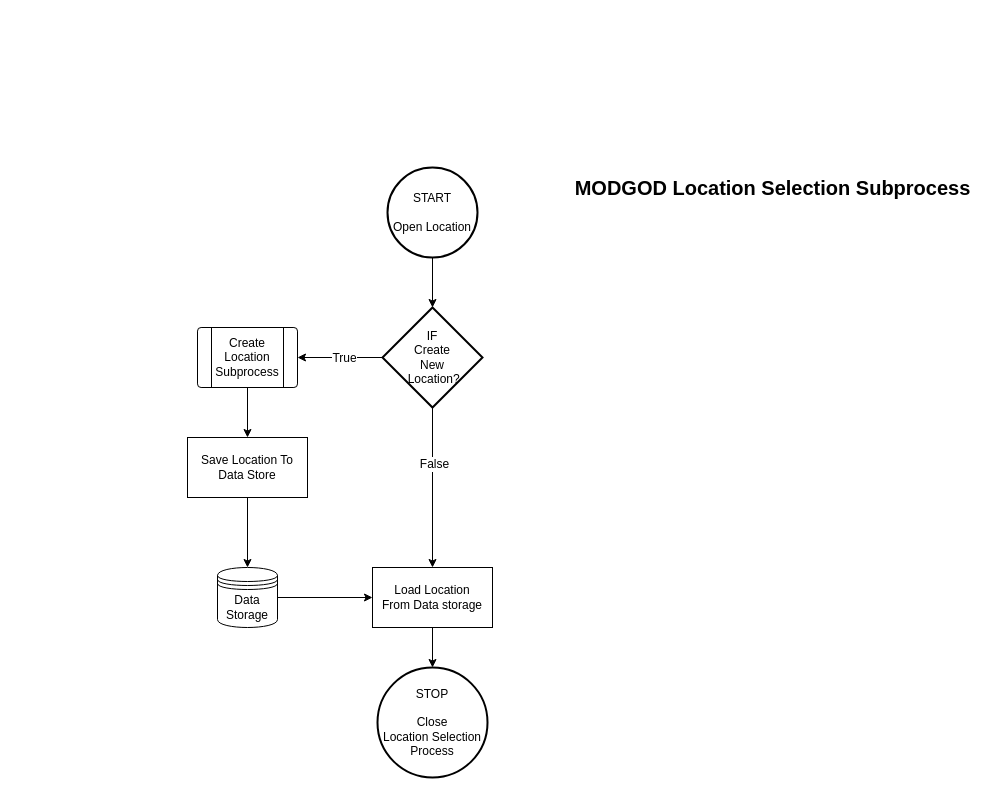
Before: Phase2/Flowcharts/modgodToolset/ModGod/Selection/Location/ModGodLocationSelectionSubprocess.drawio in RPG-Research/bcirpg, a draw.io diagram. Source tidied: cells renumbered, new cells numbered last; positions are measured from the earlier drawing's top-left corner, leaving out a move shared by most shapes. Both pictures are drawn from the tidied source at 100%, with x=0, y=0 at pixel (187, 167).
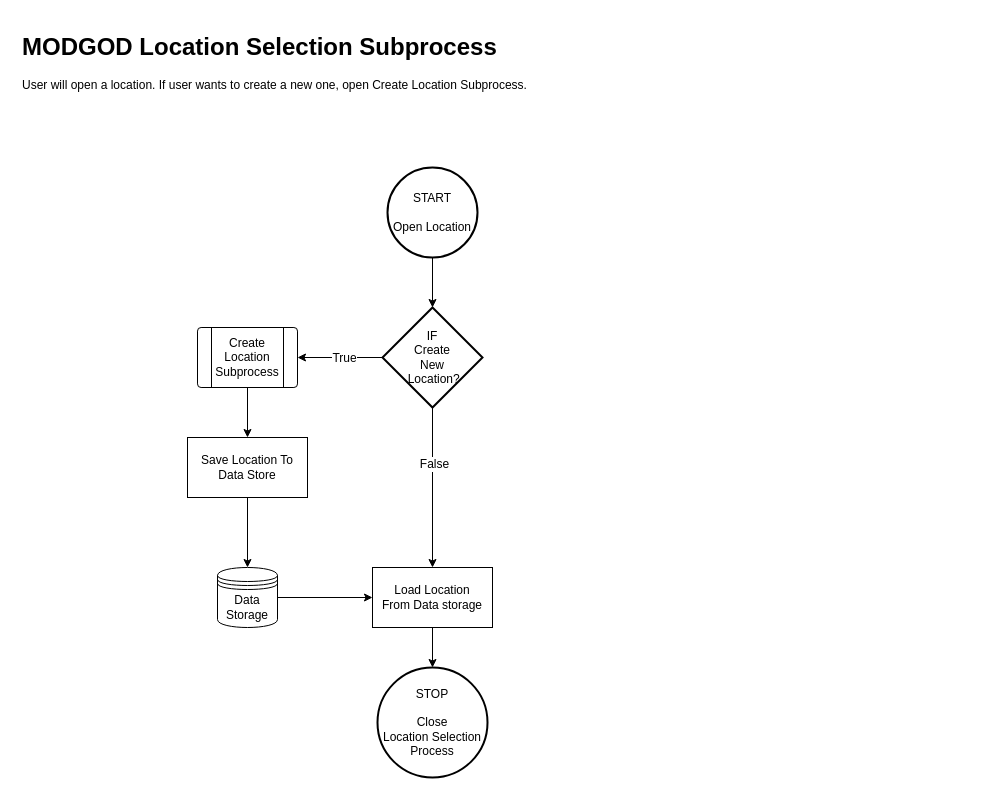
Above is the later version.

Change to the diagram source:
```diff
@@
 <mxGraphModel>
   <root>
     <mxCell id="0" />
     <mxCell id="1" parent="0" />
     <mxCell id="2" style="edgeStyle=orthogonalEdgeStyle;rounded=0;jettySize=auto;html=1;entryX=0.5;entryY=0;entryDx=0;entryDy=0;entryPerimeter=0;" parent="1" edge="1" source="3" target="10">
       <mxGeometry relative="1" as="geometry" />
     </mxCell>
     <mxCell id="3" value="START&lt;br&gt;&lt;br&gt;Open Location" style="strokeWidth=2;html=1;shape=mxgraph.flowchart.start_2;whiteSpace=wrap;" parent="1" vertex="1">
       <mxGeometry x="200" width="90" height="90" as="geometry" />
     </mxCell>
-    <mxCell id="4" value="&lt;b&gt;&lt;font style=&quot;font-size: 20px;&quot;&gt;MODGOD Location Selection Subprocess&lt;/font&gt;&lt;/b&gt;" style="text;html=1;align=center;verticalAlign=middle;strokeColor=none;fillColor=none;" parent="1" vertex="1">
-      <mxGeometry x="380" width="410" height="40" as="geometry" />
-    </mxCell>
     <mxCell id="5" value="STOP&lt;br&gt;&lt;br&gt;Close&lt;br&gt;Location Selection&lt;br&gt;Process" style="strokeWidth=2;html=1;shape=mxgraph.flowchart.start_2;whiteSpace=wrap;" parent="1" vertex="1">
       <mxGeometry x="190" y="500" width="110" height="110" as="geometry" />
     </mxCell>
     <mxCell id="6" style="edgeStyle=orthogonalEdgeStyle;rounded=0;jettySize=auto;html=1;exitX=0.5;exitY=1;exitDx=0;exitDy=0;exitPerimeter=0;fontSize=12;entryX=0.5;entryY=0;entryDx=0;entryDy=0;" parent="1" edge="1" source="10" target="12">
       <mxGeometry relative="1" as="geometry" />
     </mxCell>
     <mxCell id="7" value="False" style="edgeLabel;html=1;align=center;verticalAlign=middle;fontSize=12;" parent="6" vertex="1">
       <mxGeometry x="-0.3" y="1" relative="1" as="geometry" />
     </mxCell>
     <mxCell id="8" style="edgeStyle=orthogonalEdgeStyle;rounded=0;jettySize=auto;html=1;exitX=0;exitY=0.5;exitDx=0;exitDy=0;exitPerimeter=0;entryX=1;entryY=0.5;entryDx=0;entryDy=0;fontSize=12;" parent="1" edge="1" source="10" target="16">
       <mxGeometry relative="1" as="geometry" />
     </mxCell>
     <mxCell id="9" value="True" style="edgeLabel;html=1;align=center;verticalAlign=middle;fontSize=12;" parent="8" vertex="1">
       <mxGeometry x="-0.09" relative="1" as="geometry" />
     </mxCell>
     <mxCell id="10" value="IF&lt;br&gt;Create&lt;br&gt;New&lt;br&gt;&amp;nbsp;Location?" style="strokeWidth=2;html=1;shape=mxgraph.flowchart.decision;whiteSpace=wrap;" parent="1" vertex="1">
       <mxGeometry x="195" y="140" width="100" height="100" as="geometry" />
     </mxCell>
     <mxCell id="11" style="edgeStyle=orthogonalEdgeStyle;rounded=0;jettySize=auto;html=1;exitX=0.5;exitY=1;exitDx=0;exitDy=0;fontSize=12;" parent="1" edge="1" source="12" target="5">
       <mxGeometry relative="1" as="geometry" />
     </mxCell>
     <mxCell id="12" value="Load Location&lt;br&gt;From Data storage" style="rounded=0;whiteSpace=wrap;html=1;fontSize=12;" parent="1" vertex="1">
       <mxGeometry x="185" y="400" width="120" height="60" as="geometry" />
     </mxCell>
     <mxCell id="13" style="edgeStyle=orthogonalEdgeStyle;rounded=0;jettySize=auto;html=1;exitX=1;exitY=0.5;exitDx=0;exitDy=0;entryX=0;entryY=0.5;entryDx=0;entryDy=0;fontSize=12;" parent="1" edge="1" source="14" target="12">
       <mxGeometry relative="1" as="geometry" />
     </mxCell>
     <mxCell id="14" value="Data&lt;br&gt;Storage" style="shape=datastore;whiteSpace=wrap;html=1;fontSize=12;" parent="1" vertex="1">
       <mxGeometry x="30" y="400" width="60" height="60" as="geometry" />
     </mxCell>
     <mxCell id="15" style="edgeStyle=orthogonalEdgeStyle;rounded=0;jettySize=auto;html=1;exitX=0.5;exitY=1;exitDx=0;exitDy=0;fontSize=12;" parent="1" edge="1" source="16" target="18">
       <mxGeometry relative="1" as="geometry" />
     </mxCell>
     <mxCell id="16" value="Create Location&lt;br&gt;Subprocess" style="verticalLabelPosition=middle;verticalAlign=middle;html=1;shape=process;whiteSpace=wrap;rounded=1;size=0.14;arcSize=6;fontSize=12;labelPosition=center;align=center;" parent="1" vertex="1">
       <mxGeometry x="10" y="160" width="100" height="60" as="geometry" />
     </mxCell>
     <mxCell id="17" style="edgeStyle=orthogonalEdgeStyle;rounded=0;jettySize=auto;html=1;fontSize=12;" parent="1" edge="1" source="18" target="14">
       <mxGeometry relative="1" as="geometry" />
     </mxCell>
     <mxCell id="18" value="Save Location To&lt;br&gt;Data Store" style="rounded=0;whiteSpace=wrap;html=1;fontSize=12;" parent="1" vertex="1">
       <mxGeometry y="270" width="120" height="60" as="geometry" />
     </mxCell>
+    <mxCell id="19" value="&lt;h1&gt;MODGOD Location Selection Subprocess&lt;/h1&gt;&lt;p&gt;User will open a location. If user wants to create a new one, open Create Location Subprocess.&lt;/p&gt;" style="text;html=1;strokeColor=none;fillColor=none;spacing=5;spacingTop=-20;whiteSpace=wrap;overflow=hidden;rounded=0;" parent="1" vertex="1">
+      <mxGeometry x="-170" y="-140" width="830" height="120" as="geometry" />
+    </mxCell>
   </root>
 </mxGraphModel>
```
